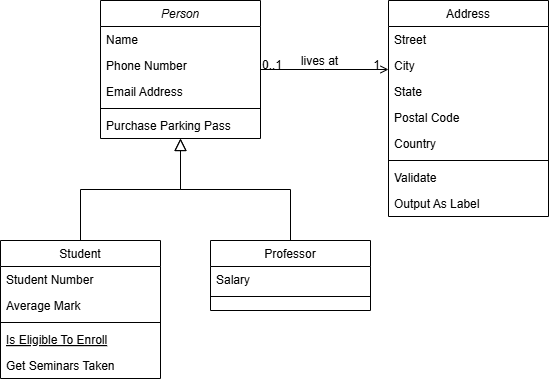
The draw.io diagram Trail.drawio.png in ravisankargv96/1.SpringWebApp, before a commit. Source tidied: cells renumbered, new cells last; positions are measured from the earlier drawing's top-left corner, leaving out a move shared by most shapes.
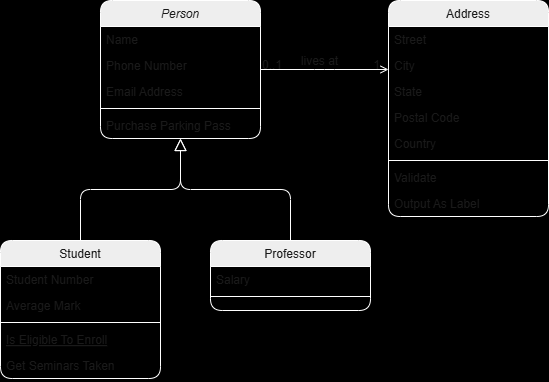
After the commit.

Diff of the diagram source:
```diff
@@ -1,101 +1,101 @@
-<mxGraphModel>
+<mxGraphModel background="#000000">
   <root>
     <mxCell id="0" />
     <mxCell id="1" parent="0" />
-    <mxCell id="2" value="Person" style="swimlane;fontStyle=2;align=center;verticalAlign=top;horizontal=1;startSize=26;rounded=0;shadow=0;strokeWidth=1;labelBackgroundColor=none;" parent="1" vertex="1">
+    <mxCell id="2" value="Person" style="swimlane;fontStyle=2;align=center;verticalAlign=top;horizontal=1;startSize=26;rounded=1;shadow=0;strokeWidth=1;labelBackgroundColor=none;fillColor=#EEEEEE;strokeColor=#FFFFFF;fontColor=#1A1A1A;" parent="1" vertex="1">
       <mxGeometry x="100" width="160" height="138" as="geometry" />
     </mxCell>
-    <mxCell id="3" value="Name" style="text;align=left;verticalAlign=top;spacingLeft=4;spacingRight=4;overflow=hidden;labelBackgroundColor=none;" parent="2" vertex="1">
+    <mxCell id="3" value="Name" style="text;align=left;verticalAlign=top;spacingLeft=4;spacingRight=4;overflow=hidden;labelBackgroundColor=none;fontColor=#1A1A1A;rounded=1;" parent="2" vertex="1">
       <mxGeometry y="26" width="160" height="26" as="geometry" />
     </mxCell>
-    <mxCell id="4" value="Phone Number" style="text;align=left;verticalAlign=top;spacingLeft=4;spacingRight=4;overflow=hidden;rounded=0;shadow=0;html=0;labelBackgroundColor=none;" parent="2" vertex="1">
+    <mxCell id="4" value="Phone Number" style="text;align=left;verticalAlign=top;spacingLeft=4;spacingRight=4;overflow=hidden;rounded=1;shadow=0;html=0;labelBackgroundColor=none;fontColor=#1A1A1A;" parent="2" vertex="1">
       <mxGeometry y="52" width="160" height="26" as="geometry" />
     </mxCell>
-    <mxCell id="5" value="Email Address" style="text;align=left;verticalAlign=top;spacingLeft=4;spacingRight=4;overflow=hidden;rounded=0;shadow=0;html=0;labelBackgroundColor=none;" parent="2" vertex="1">
+    <mxCell id="5" value="Email Address" style="text;align=left;verticalAlign=top;spacingLeft=4;spacingRight=4;overflow=hidden;rounded=1;shadow=0;html=0;labelBackgroundColor=none;fontColor=#1A1A1A;" parent="2" vertex="1">
       <mxGeometry y="78" width="160" height="26" as="geometry" />
     </mxCell>
-    <mxCell id="6" style="line;html=1;strokeWidth=1;align=left;verticalAlign=middle;spacingTop=-1;spacingLeft=3;spacingRight=3;labelPosition=right;labelBackgroundColor=none;" parent="2" vertex="1">
+    <mxCell id="6" style="line;html=1;strokeWidth=1;align=left;verticalAlign=middle;spacingTop=-1;spacingLeft=3;spacingRight=3;labelPosition=right;labelBackgroundColor=none;fillColor=#EEEEEE;strokeColor=#FFFFFF;fontColor=#1A1A1A;rounded=1;" parent="2" vertex="1">
       <mxGeometry y="104" width="160" height="8" as="geometry" />
     </mxCell>
-    <mxCell id="7" value="Purchase Parking Pass" style="text;align=left;verticalAlign=top;spacingLeft=4;spacingRight=4;overflow=hidden;labelBackgroundColor=none;" parent="2" vertex="1">
+    <mxCell id="7" value="Purchase Parking Pass" style="text;align=left;verticalAlign=top;spacingLeft=4;spacingRight=4;overflow=hidden;labelBackgroundColor=none;fontColor=#1A1A1A;rounded=1;" parent="2" vertex="1">
       <mxGeometry y="112" width="160" height="26" as="geometry" />
     </mxCell>
-    <mxCell id="8" value="Student" style="swimlane;fontStyle=0;align=center;verticalAlign=top;horizontal=1;startSize=26;rounded=0;shadow=0;strokeWidth=1;labelBackgroundColor=none;" parent="1" vertex="1">
+    <mxCell id="8" value="Student" style="swimlane;fontStyle=0;align=center;verticalAlign=top;horizontal=1;startSize=26;rounded=1;shadow=0;strokeWidth=1;labelBackgroundColor=none;fillColor=#EEEEEE;strokeColor=#FFFFFF;fontColor=#1A1A1A;" parent="1" vertex="1">
       <mxGeometry y="240" width="160" height="138" as="geometry" />
     </mxCell>
-    <mxCell id="9" value="Student Number" style="text;align=left;verticalAlign=top;spacingLeft=4;spacingRight=4;overflow=hidden;labelBackgroundColor=none;" parent="8" vertex="1">
+    <mxCell id="9" value="Student Number" style="text;align=left;verticalAlign=top;spacingLeft=4;spacingRight=4;overflow=hidden;labelBackgroundColor=none;fontColor=#1A1A1A;rounded=1;" parent="8" vertex="1">
       <mxGeometry y="26" width="160" height="26" as="geometry" />
     </mxCell>
-    <mxCell id="10" value="Average Mark" style="text;align=left;verticalAlign=top;spacingLeft=4;spacingRight=4;overflow=hidden;rounded=0;shadow=0;html=0;labelBackgroundColor=none;" parent="8" vertex="1">
+    <mxCell id="10" value="Average Mark" style="text;align=left;verticalAlign=top;spacingLeft=4;spacingRight=4;overflow=hidden;rounded=1;shadow=0;html=0;labelBackgroundColor=none;fontColor=#1A1A1A;" parent="8" vertex="1">
       <mxGeometry y="52" width="160" height="26" as="geometry" />
     </mxCell>
-    <mxCell id="11" style="line;html=1;strokeWidth=1;align=left;verticalAlign=middle;spacingTop=-1;spacingLeft=3;spacingRight=3;labelPosition=right;labelBackgroundColor=none;" parent="8" vertex="1">
+    <mxCell id="11" style="line;html=1;strokeWidth=1;align=left;verticalAlign=middle;spacingTop=-1;spacingLeft=3;spacingRight=3;labelPosition=right;labelBackgroundColor=none;fillColor=#EEEEEE;strokeColor=#FFFFFF;fontColor=#1A1A1A;rounded=1;" parent="8" vertex="1">
       <mxGeometry y="78" width="160" height="8" as="geometry" />
     </mxCell>
-    <mxCell id="12" value="Is Eligible To Enroll" style="text;align=left;verticalAlign=top;spacingLeft=4;spacingRight=4;overflow=hidden;fontStyle=4;labelBackgroundColor=none;" parent="8" vertex="1">
+    <mxCell id="12" value="Is Eligible To Enroll" style="text;align=left;verticalAlign=top;spacingLeft=4;spacingRight=4;overflow=hidden;fontStyle=4;labelBackgroundColor=none;fontColor=#1A1A1A;rounded=1;" parent="8" vertex="1">
       <mxGeometry y="86" width="160" height="26" as="geometry" />
     </mxCell>
-    <mxCell id="13" value="Get Seminars Taken" style="text;align=left;verticalAlign=top;spacingLeft=4;spacingRight=4;overflow=hidden;labelBackgroundColor=none;" parent="8" vertex="1">
+    <mxCell id="13" value="Get Seminars Taken" style="text;align=left;verticalAlign=top;spacingLeft=4;spacingRight=4;overflow=hidden;labelBackgroundColor=none;fontColor=#1A1A1A;rounded=1;" parent="8" vertex="1">
       <mxGeometry y="112" width="160" height="26" as="geometry" />
     </mxCell>
-    <mxCell id="14" style="endArrow=block;endSize=10;endFill=0;shadow=0;strokeWidth=1;rounded=0;curved=0;edgeStyle=elbowEdgeStyle;elbow=vertical;labelBackgroundColor=none;fontColor=default;" parent="1" edge="1" source="8" target="2">
+    <mxCell id="14" style="endArrow=block;endSize=10;endFill=0;shadow=0;strokeWidth=1;rounded=1;curved=0;edgeStyle=elbowEdgeStyle;elbow=vertical;labelBackgroundColor=none;fontColor=default;strokeColor=#FFFFFF;" parent="1" edge="1" source="8" target="2">
       <mxGeometry relative="1" as="geometry" />
     </mxCell>
-    <mxCell id="15" value="Professor" style="swimlane;fontStyle=0;align=center;verticalAlign=top;horizontal=1;startSize=26;rounded=0;shadow=0;strokeWidth=1;labelBackgroundColor=none;" parent="1" vertex="1">
+    <mxCell id="15" value="Professor" style="swimlane;fontStyle=0;align=center;verticalAlign=top;horizontal=1;startSize=26;rounded=1;shadow=0;strokeWidth=1;labelBackgroundColor=none;fillColor=#EEEEEE;strokeColor=#FFFFFF;fontColor=#1A1A1A;" parent="1" vertex="1">
       <mxGeometry x="210" y="240" width="160" height="70" as="geometry" />
     </mxCell>
-    <mxCell id="16" value="Salary" style="text;align=left;verticalAlign=top;spacingLeft=4;spacingRight=4;overflow=hidden;labelBackgroundColor=none;" parent="15" vertex="1">
+    <mxCell id="16" value="Salary" style="text;align=left;verticalAlign=top;spacingLeft=4;spacingRight=4;overflow=hidden;labelBackgroundColor=none;fontColor=#1A1A1A;rounded=1;" parent="15" vertex="1">
       <mxGeometry y="26" width="160" height="26" as="geometry" />
     </mxCell>
-    <mxCell id="17" style="line;html=1;strokeWidth=1;align=left;verticalAlign=middle;spacingTop=-1;spacingLeft=3;spacingRight=3;labelPosition=right;labelBackgroundColor=none;" parent="15" vertex="1">
+    <mxCell id="17" style="line;html=1;strokeWidth=1;align=left;verticalAlign=middle;spacingTop=-1;spacingLeft=3;spacingRight=3;labelPosition=right;labelBackgroundColor=none;fillColor=#EEEEEE;strokeColor=#FFFFFF;fontColor=#1A1A1A;rounded=1;" parent="15" vertex="1">
       <mxGeometry y="52" width="160" height="8" as="geometry" />
     </mxCell>
-    <mxCell id="18" style="endArrow=block;endSize=10;endFill=0;shadow=0;strokeWidth=1;rounded=0;curved=0;edgeStyle=elbowEdgeStyle;elbow=vertical;labelBackgroundColor=none;fontColor=default;" parent="1" edge="1" source="15" target="2">
+    <mxCell id="18" style="endArrow=block;endSize=10;endFill=0;shadow=0;strokeWidth=1;rounded=1;curved=0;edgeStyle=elbowEdgeStyle;elbow=vertical;labelBackgroundColor=none;fontColor=default;strokeColor=#FFFFFF;" parent="1" edge="1" source="15" target="2">
       <mxGeometry relative="1" as="geometry" />
     </mxCell>
-    <mxCell id="19" value="Address" style="swimlane;fontStyle=0;align=center;verticalAlign=top;horizontal=1;startSize=26;rounded=0;shadow=0;strokeWidth=1;labelBackgroundColor=none;" parent="1" vertex="1">
+    <mxCell id="19" value="Address" style="swimlane;fontStyle=0;align=center;verticalAlign=top;horizontal=1;startSize=26;rounded=1;shadow=0;strokeWidth=1;labelBackgroundColor=none;fillColor=#EEEEEE;strokeColor=#FFFFFF;fontColor=#1A1A1A;" parent="1" vertex="1">
       <mxGeometry x="388" width="160" height="216" as="geometry" />
     </mxCell>
-    <mxCell id="20" value="Street" style="text;align=left;verticalAlign=top;spacingLeft=4;spacingRight=4;overflow=hidden;labelBackgroundColor=none;" parent="19" vertex="1">
+    <mxCell id="20" value="Street" style="text;align=left;verticalAlign=top;spacingLeft=4;spacingRight=4;overflow=hidden;labelBackgroundColor=none;fontColor=#1A1A1A;rounded=1;" parent="19" vertex="1">
       <mxGeometry y="26" width="160" height="26" as="geometry" />
     </mxCell>
-    <mxCell id="21" value="City" style="text;align=left;verticalAlign=top;spacingLeft=4;spacingRight=4;overflow=hidden;rounded=0;shadow=0;html=0;labelBackgroundColor=none;" parent="19" vertex="1">
+    <mxCell id="21" value="City" style="text;align=left;verticalAlign=top;spacingLeft=4;spacingRight=4;overflow=hidden;rounded=1;shadow=0;html=0;labelBackgroundColor=none;fontColor=#1A1A1A;" parent="19" vertex="1">
       <mxGeometry y="52" width="160" height="26" as="geometry" />
     </mxCell>
-    <mxCell id="22" value="State" style="text;align=left;verticalAlign=top;spacingLeft=4;spacingRight=4;overflow=hidden;rounded=0;shadow=0;html=0;labelBackgroundColor=none;" parent="19" vertex="1">
+    <mxCell id="22" value="State" style="text;align=left;verticalAlign=top;spacingLeft=4;spacingRight=4;overflow=hidden;rounded=1;shadow=0;html=0;labelBackgroundColor=none;fontColor=#1A1A1A;" parent="19" vertex="1">
       <mxGeometry y="78" width="160" height="26" as="geometry" />
     </mxCell>
-    <mxCell id="23" value="Postal Code" style="text;align=left;verticalAlign=top;spacingLeft=4;spacingRight=4;overflow=hidden;rounded=0;shadow=0;html=0;labelBackgroundColor=none;" parent="19" vertex="1">
+    <mxCell id="23" value="Postal Code" style="text;align=left;verticalAlign=top;spacingLeft=4;spacingRight=4;overflow=hidden;rounded=1;shadow=0;html=0;labelBackgroundColor=none;fontColor=#1A1A1A;" parent="19" vertex="1">
       <mxGeometry y="104" width="160" height="26" as="geometry" />
     </mxCell>
-    <mxCell id="24" value="Country" style="text;align=left;verticalAlign=top;spacingLeft=4;spacingRight=4;overflow=hidden;rounded=0;shadow=0;html=0;labelBackgroundColor=none;" parent="19" vertex="1">
+    <mxCell id="24" value="Country" style="text;align=left;verticalAlign=top;spacingLeft=4;spacingRight=4;overflow=hidden;rounded=1;shadow=0;html=0;labelBackgroundColor=none;fontColor=#1A1A1A;" parent="19" vertex="1">
       <mxGeometry y="130" width="160" height="26" as="geometry" />
     </mxCell>
-    <mxCell id="25" style="line;html=1;strokeWidth=1;align=left;verticalAlign=middle;spacingTop=-1;spacingLeft=3;spacingRight=3;labelPosition=right;labelBackgroundColor=none;" parent="19" vertex="1">
+    <mxCell id="25" style="line;html=1;strokeWidth=1;align=left;verticalAlign=middle;spacingTop=-1;spacingLeft=3;spacingRight=3;labelPosition=right;labelBackgroundColor=none;fillColor=#EEEEEE;strokeColor=#FFFFFF;fontColor=#1A1A1A;rounded=1;" parent="19" vertex="1">
       <mxGeometry y="156" width="160" height="8" as="geometry" />
     </mxCell>
-    <mxCell id="26" value="Validate" style="text;align=left;verticalAlign=top;spacingLeft=4;spacingRight=4;overflow=hidden;labelBackgroundColor=none;" parent="19" vertex="1">
+    <mxCell id="26" value="Validate" style="text;align=left;verticalAlign=top;spacingLeft=4;spacingRight=4;overflow=hidden;labelBackgroundColor=none;fontColor=#1A1A1A;rounded=1;" parent="19" vertex="1">
       <mxGeometry y="164" width="160" height="26" as="geometry" />
     </mxCell>
-    <mxCell id="27" value="Output As Label" style="text;align=left;verticalAlign=top;spacingLeft=4;spacingRight=4;overflow=hidden;labelBackgroundColor=none;" parent="19" vertex="1">
+    <mxCell id="27" value="Output As Label" style="text;align=left;verticalAlign=top;spacingLeft=4;spacingRight=4;overflow=hidden;labelBackgroundColor=none;fontColor=#1A1A1A;rounded=1;" parent="19" vertex="1">
       <mxGeometry y="190" width="160" height="26" as="geometry" />
     </mxCell>
-    <mxCell id="28" style="endArrow=open;shadow=0;strokeWidth=1;rounded=0;curved=0;endFill=1;edgeStyle=elbowEdgeStyle;elbow=vertical;labelBackgroundColor=none;fontColor=default;" parent="1" edge="1" source="2" target="19">
+    <mxCell id="28" style="endArrow=open;shadow=0;strokeWidth=1;rounded=1;curved=0;endFill=1;edgeStyle=elbowEdgeStyle;elbow=vertical;labelBackgroundColor=none;fontColor=default;strokeColor=#FFFFFF;" parent="1" edge="1" source="2" target="19">
       <mxGeometry x="0.5" y="41" relative="1" as="geometry">
         <mxPoint x="-40" y="32" as="offset" />
       </mxGeometry>
     </mxCell>
-    <mxCell id="29" value="0..1" style="align=left;verticalAlign=bottom;labelBackgroundColor=none;fontSize=12;" parent="28" vertex="1">
+    <mxCell id="29" value="0..1" style="align=left;verticalAlign=bottom;labelBackgroundColor=none;fontSize=12;fillColor=#EEEEEE;strokeColor=#FFFFFF;fontColor=#1A1A1A;rounded=1;" parent="28" vertex="1">
       <mxGeometry x="-1" relative="1" as="geometry">
         <mxPoint y="4" as="offset" />
       </mxGeometry>
     </mxCell>
-    <mxCell id="30" value="1" style="align=right;verticalAlign=bottom;labelBackgroundColor=none;fontSize=12;" parent="28" vertex="1">
+    <mxCell id="30" value="1" style="align=right;verticalAlign=bottom;labelBackgroundColor=none;fontSize=12;fillColor=#EEEEEE;strokeColor=#FFFFFF;fontColor=#1A1A1A;rounded=1;" parent="28" vertex="1">
       <mxGeometry x="1" relative="1" as="geometry">
         <mxPoint x="-7" y="4" as="offset" />
       </mxGeometry>
     </mxCell>
-    <mxCell id="31" value="lives at" style="text;html=1;align=center;verticalAlign=middle;labelBackgroundColor=none;rounded=0;shadow=0;strokeWidth=1;fontSize=12;" parent="28" vertex="1">
+    <mxCell id="31" value="lives at" style="text;html=1;align=center;verticalAlign=middle;labelBackgroundColor=none;rounded=1;shadow=0;strokeWidth=1;fontSize=12;fontColor=#1A1A1A;" parent="28" vertex="1">
       <mxGeometry x="0.5" y="49" relative="1" as="geometry">
         <mxPoint x="-38" y="40" as="offset" />
       </mxGeometry>
```
